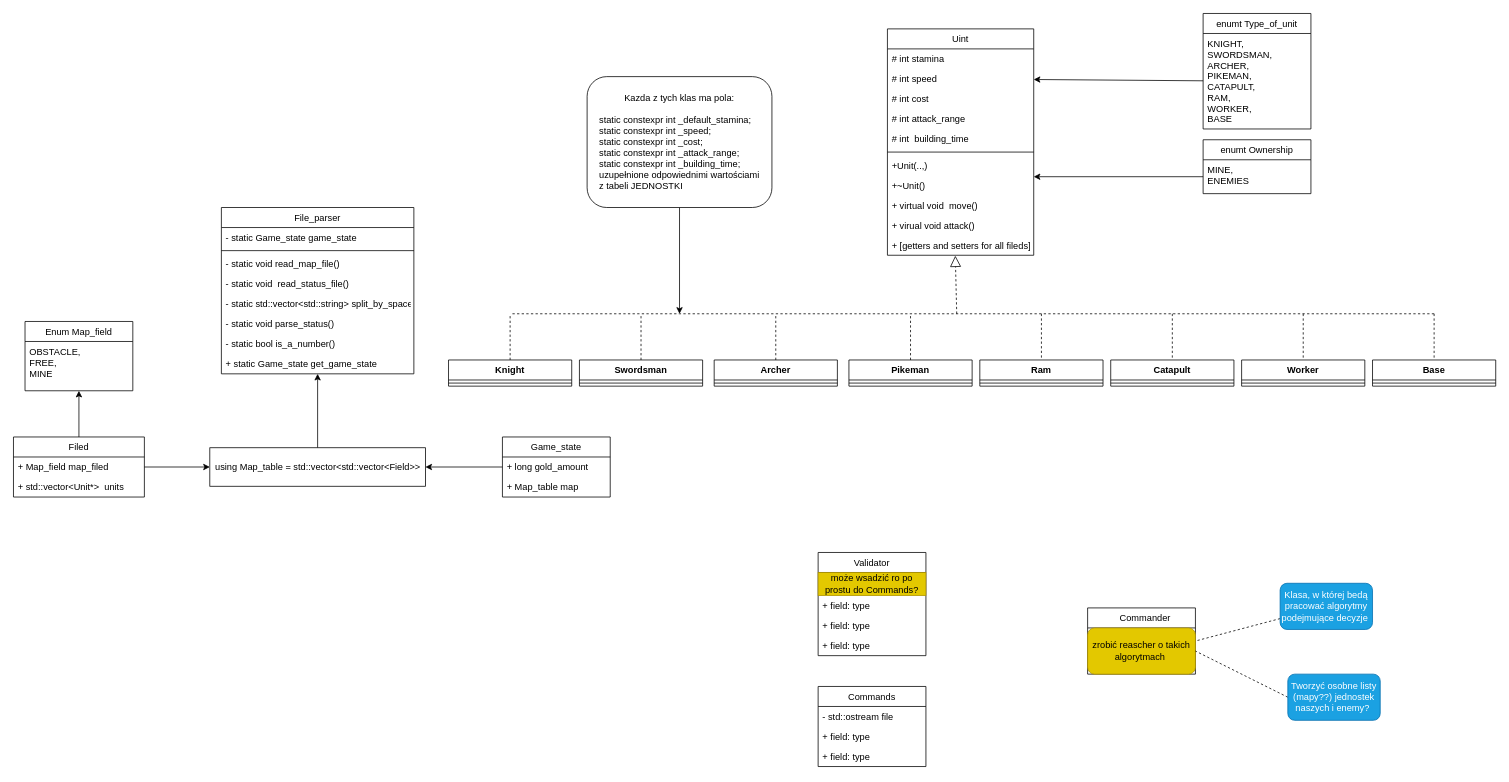
Earlier version of the draw.io diagram diagram/diagram.drawio (PartyKusZ/board_game). Source tidied: cells renumbered, new cells numbered last; positions are measured from the earlier drawing's top-left corner, leaving out a move shared by most shapes. Both pictures are drawn from the tidied source at 77%, with x=0, y=0 at pixel (13, 13).
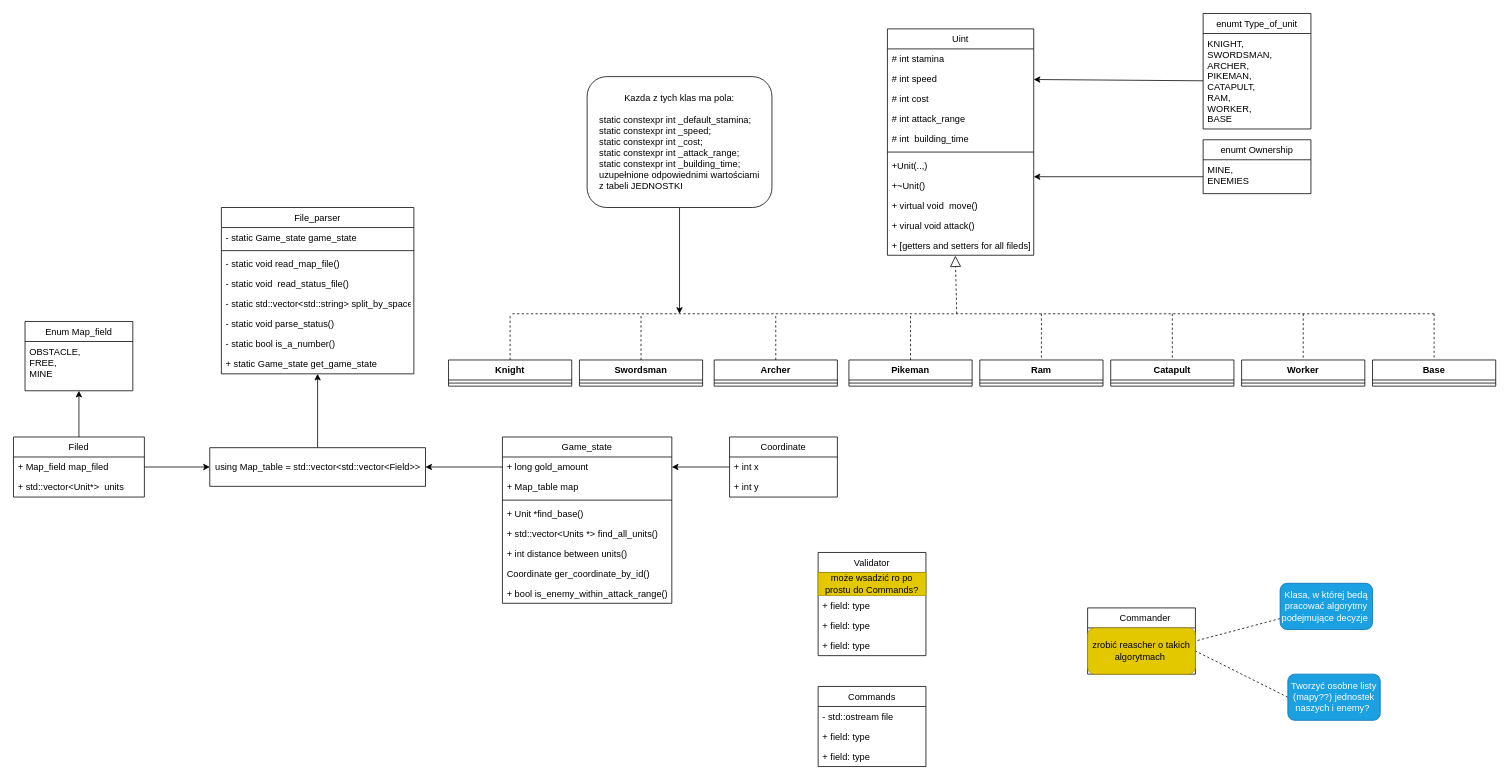
After the change.

Commit message (it also covers changes not shown here):
1.Stworzenie klasy Coordinates 2. Uzupełnienie klasy Game_state o medtody pozwalające pozyskiewać informacje o jednostach 3. Aktualizacja diagramu

Diff of the diagram source:
```diff
@@
     <mxCell id="77" value="Game_state" style="swimlane;fontStyle=0;horizontal=1;startSize=26;fillColor=none;" parent="1" vertex="1">
-      <mxGeometry x="635" y="550" width="140" height="78" as="geometry" />
+      <mxGeometry x="635" y="550" width="220" height="216" as="geometry" />
     </mxCell>
     <mxCell id="78" value="+ long gold_amount" style="text;strokeColor=none;fillColor=none;align=left;verticalAlign=top;spacingLeft=4;spacingRight=4;overflow=hidden;points=[[0,0.5],[1,0.5]];portConstraint=eastwest;" parent="77" vertex="1">
-      <mxGeometry y="26" width="140" height="26" as="geometry" />
+      <mxGeometry y="26" width="220" height="26" as="geometry" />
     </mxCell>
     <mxCell id="79" value="+ Map_table map" style="text;strokeColor=none;fillColor=none;align=left;verticalAlign=top;spacingLeft=4;spacingRight=4;overflow=hidden;" parent="77" vertex="1">
-      <mxGeometry y="52" width="140" height="26" as="geometry" />
+      <mxGeometry y="52" width="220" height="26" as="geometry" />
     </mxCell>
+    <mxCell id="86" style="line;strokeWidth=1;fillColor=none;align=left;verticalAlign=middle;spacingTop=-1;spacingLeft=3;spacingRight=3;labelPosition=right;strokeColor=inherit;" parent="77" vertex="1">
+      <mxGeometry y="78" width="220" height="8" as="geometry" />
+    </mxCell>
+    <mxCell id="87" value="+ Unit *find_base()" style="text;strokeColor=none;fillColor=none;align=left;verticalAlign=top;spacingLeft=4;spacingRight=4;overflow=hidden;" parent="77" vertex="1">
+      <mxGeometry y="86" width="220" height="26" as="geometry" />
+    </mxCell>
+    <mxCell id="88" value="+ std::vector&lt;Units *&gt; find_all_units()" style="text;strokeColor=none;fillColor=none;align=left;verticalAlign=top;spacingLeft=4;spacingRight=4;overflow=hidden;" parent="77" vertex="1">
+      <mxGeometry y="112" width="220" height="26" as="geometry" />
+    </mxCell>
+    <mxCell id="89" value="+ int distance between units()" style="text;strokeColor=none;fillColor=none;align=left;verticalAlign=top;spacingLeft=4;spacingRight=4;overflow=hidden;" parent="77" vertex="1">
+      <mxGeometry y="138" width="220" height="26" as="geometry" />
+    </mxCell>
+    <mxCell id="90" value="Coordinate ger_coordinate_by_id()" style="text;strokeColor=none;fillColor=none;align=left;verticalAlign=top;spacingLeft=4;spacingRight=4;overflow=hidden;" parent="77" vertex="1">
+      <mxGeometry y="164" width="220" height="26" as="geometry" />
+    </mxCell>
+    <mxCell id="91" value="+ bool is_enemy_within_attack_range()" style="text;strokeColor=none;fillColor=none;align=left;verticalAlign=top;spacingLeft=4;spacingRight=4;overflow=hidden;" parent="77" vertex="1">
+      <mxGeometry y="190" width="220" height="26" as="geometry" />
+    </mxCell>
@@
+    <mxCell id="92" value="Coordinate" style="swimlane;fontStyle=0;horizontal=1;startSize=26;fillColor=none;" parent="1" vertex="1">
+      <mxGeometry x="930" y="550" width="140" height="78" as="geometry" />
+    </mxCell>
+    <mxCell id="93" value="+ int x" style="text;strokeColor=none;fillColor=none;align=left;verticalAlign=top;spacingLeft=4;spacingRight=4;overflow=hidden;points=[[0,0.5],[1,0.5]];portConstraint=eastwest;" parent="92" vertex="1">
+      <mxGeometry y="26" width="140" height="26" as="geometry" />
+    </mxCell>
+    <mxCell id="94" value="+ int y" style="text;strokeColor=none;fillColor=none;align=left;verticalAlign=top;spacingLeft=4;spacingRight=4;overflow=hidden;" parent="92" vertex="1">
+      <mxGeometry y="52" width="140" height="26" as="geometry" />
+    </mxCell>
+    <mxCell id="95" style="edgeStyle=none;html=1;exitX=0;exitY=0.5;exitDx=0;exitDy=0;" parent="1" edge="1" source="93" target="78">
+      <mxGeometry relative="1" as="geometry" />
+    </mxCell>
```
